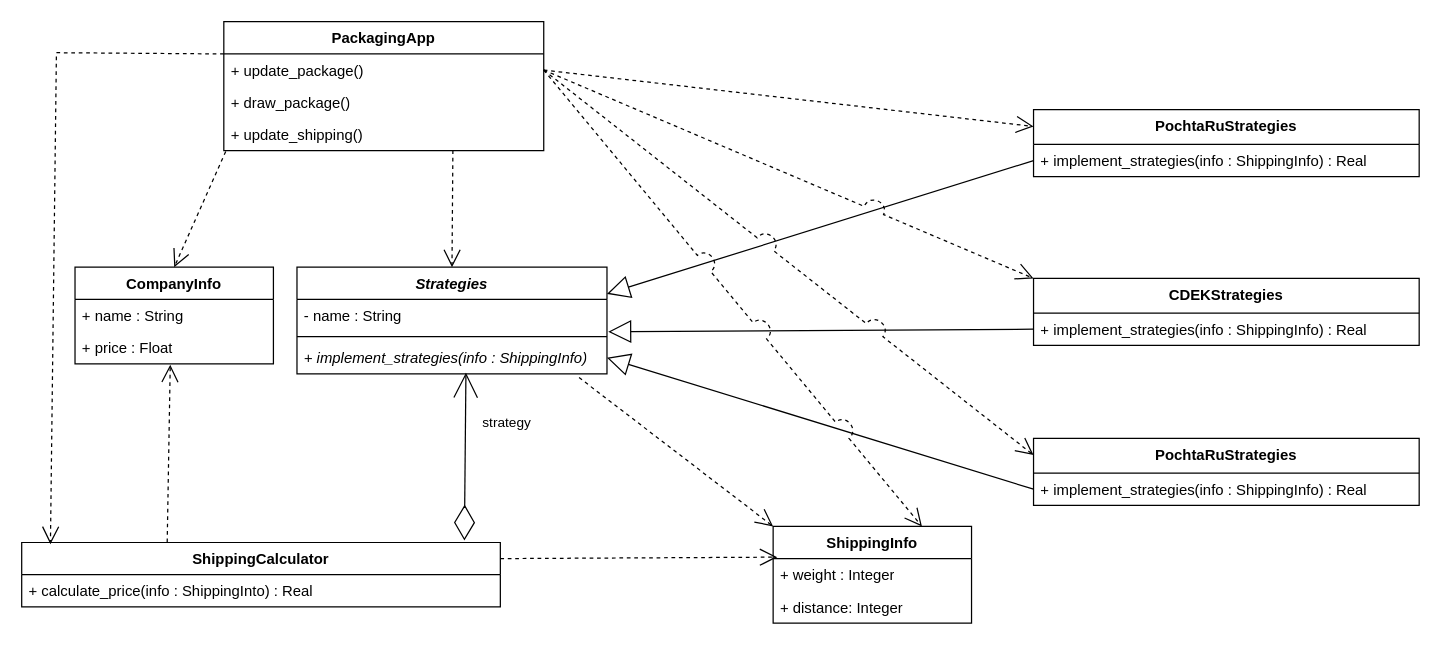
solovozer/-2 keeps this draw.io diagram as page "Strategy" (1 of 2) of lab 3 - Strategy/shippro.drawio. Above is the earlier version. Source tidied: cells renumbered, new cells numbered last; positions are measured from the earlier drawing's top-left corner, leaving out a move shared by most shapes. Both pictures are drawn from the tidied source at 124%, with x=0, y=0 at pixel (21, 21).
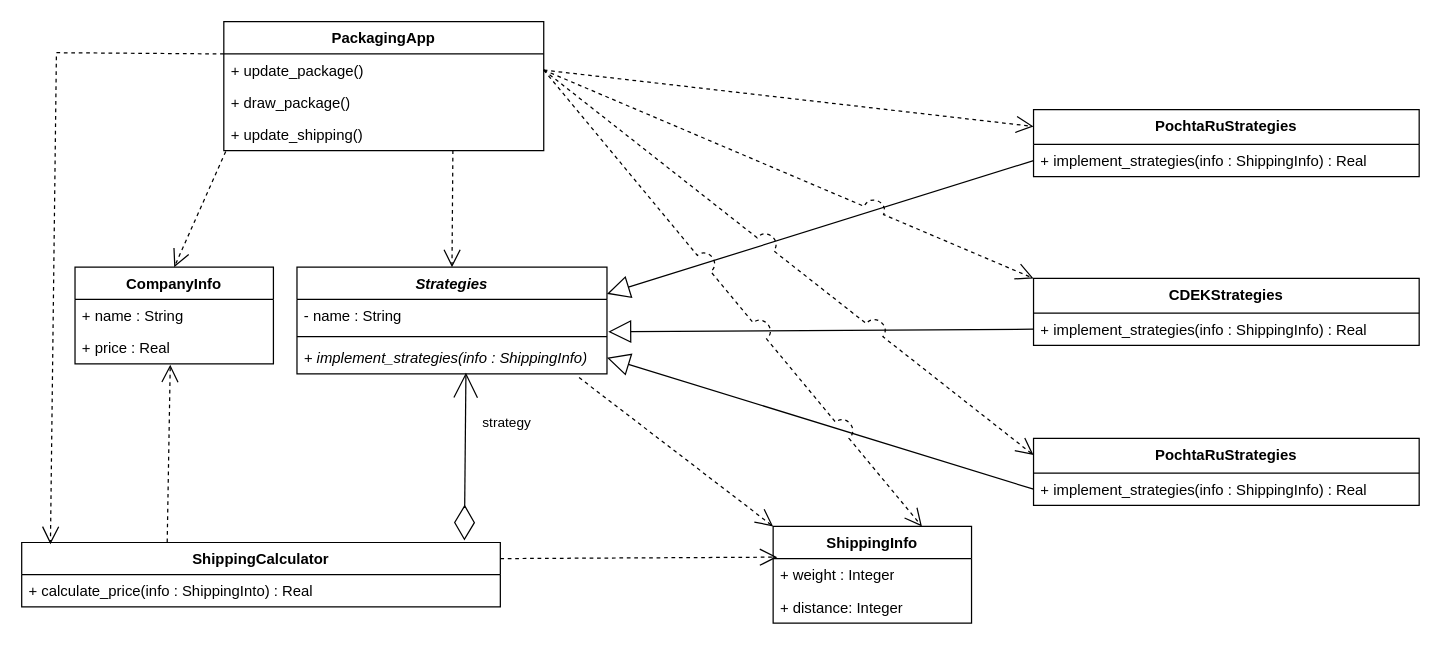
Above is the later version.

The change refers to these unchanged cells:
```xml
<mxCell id="32" value="CompanyInfo" style="swimlane;fontStyle=1;align=center;verticalAlign=top;horizontal=1;startSize=26;whiteSpace=wrap;html=1;" parent="1" vertex="1">
  <mxGeometry x="43" y="198" width="160" height="78" as="geometry" />
</mxCell>
```

Change to the diagram source:
```diff
@@
-    <mxCell id="34" value="+ price : Float" style="text;strokeColor=none;fillColor=none;align=left;verticalAlign=top;spacingLeft=4;spacingRight=4;overflow=hidden;points=[[0,0.5],[1,0.5]];portConstraint=eastwest;whiteSpace=wrap;html=1;" parent="32" vertex="1">
+    <mxCell id="34" value="+ price : Real" style="text;strokeColor=none;fillColor=none;align=left;verticalAlign=top;spacingLeft=4;spacingRight=4;overflow=hidden;points=[[0,0.5],[1,0.5]];portConstraint=eastwest;whiteSpace=wrap;html=1;" parent="32" vertex="1">
       <mxGeometry y="52" width="160" height="26" as="geometry" />
     </mxCell>
```
